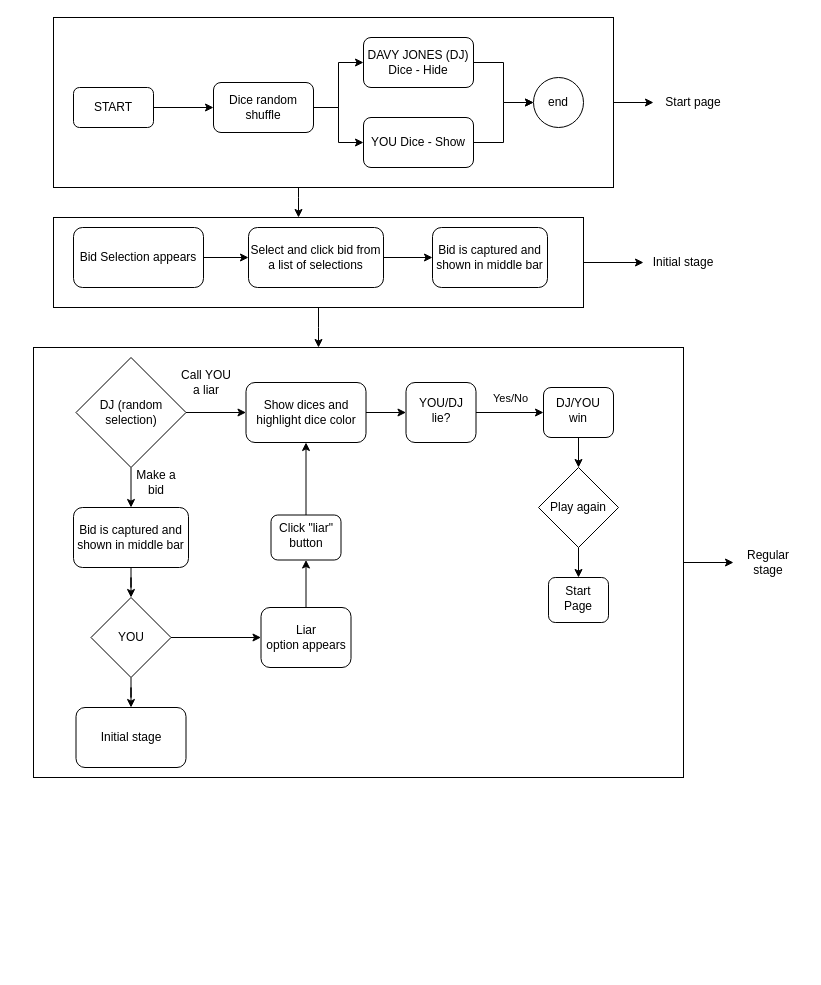
hhshan21/Liar-s-Dice keeps this draw.io diagram as Flowchart.drawio. Above is the earlier version. Source tidied: cells renumbered, new cells numbered last; positions are measured from the earlier drawing's top-left corner, leaving out a move shared by most shapes. Both pictures are drawn from the tidied source at 100%, with x=0, y=0 at pixel (33, 17).
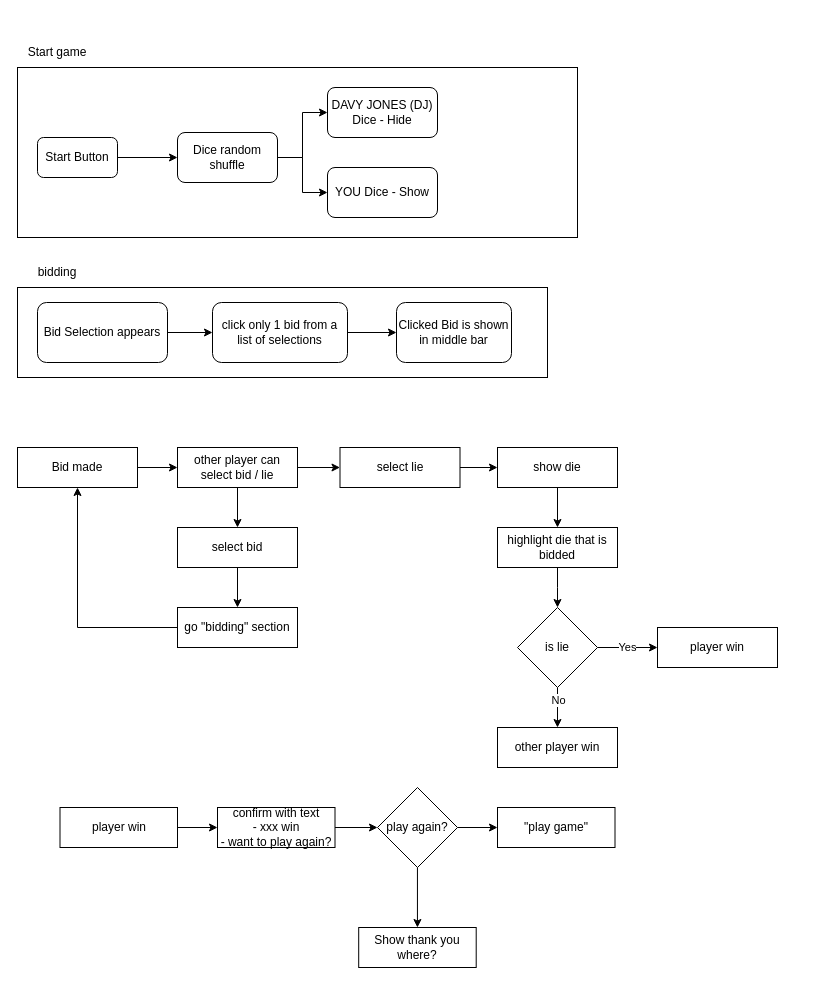
The same diagram, later.

Diff of the diagram source:
```diff
@@
-    <mxCell id="2" style="edgeStyle=orthogonalEdgeStyle;rounded=0;jettySize=auto;html=1;" parent="1" edge="1" source="3" target="41">
-      <mxGeometry relative="1" as="geometry" />
-    </mxCell>
-    <mxCell id="3" style="rounded=0;whiteSpace=wrap;html=1;fillColor=none;" parent="1" vertex="1">
-      <mxGeometry y="330" width="650" height="430" as="geometry" />
-    </mxCell>
-    <mxCell id="4" style="edgeStyle=orthogonalEdgeStyle;rounded=0;jettySize=auto;html=1;" parent="1" edge="1" source="5">
-      <mxGeometry relative="1" as="geometry">
-        <mxPoint x="285" y="330" as="targetPoint" />
-      </mxGeometry>
-    </mxCell>
+    <mxCell id="37" style="rounded=0;whiteSpace=wrap;html=1;fillColor=none;" parent="1" vertex="1">
+      <mxGeometry x="-16" y="50" width="560" height="170" as="geometry" />
+    </mxCell>
     <mxCell id="5" style="rounded=0;whiteSpace=wrap;html=1;fillColor=none;" parent="1" vertex="1">
-      <mxGeometry x="20" y="200" width="530" height="90" as="geometry" />
+      <mxGeometry x="-16" y="270" width="530" height="90" as="geometry" />
     </mxCell>
@@
-    <mxCell id="7" value="Select and click bid from a list of selections" style="rounded=1;whiteSpace=wrap;html=1;fontSize=12;glass=0;strokeWidth=1;shadow=0;" parent="1" vertex="1">
-      <mxGeometry x="215" y="210" width="135" height="60" as="geometry" />
+    <mxCell id="7" value="click only 1 bid from a list of selections" style="rounded=1;whiteSpace=wrap;html=1;fontSize=12;glass=0;strokeWidth=1;shadow=0;" parent="1" vertex="1">
+      <mxGeometry x="179" y="285" width="135" height="60" as="geometry" />
     </mxCell>
@@
-    <mxCell id="9" value="START" style="rounded=1;whiteSpace=wrap;html=1;fontSize=12;glass=0;strokeWidth=1;shadow=0;" parent="1" vertex="1">
-      <mxGeometry x="40" y="70" width="80" height="40" as="geometry" />
+    <mxCell id="9" value="Start Button" style="rounded=1;whiteSpace=wrap;html=1;fontSize=12;glass=0;strokeWidth=1;shadow=0;" parent="1" vertex="1">
+      <mxGeometry x="4" y="120" width="80" height="40" as="geometry" />
     </mxCell>
-    <mxCell id="10" style="edgeStyle=orthogonalEdgeStyle;rounded=0;jettySize=auto;html=1;" parent="1" edge="1" source="12" target="14">
-      <mxGeometry relative="1" as="geometry" />
-    </mxCell>
-    <mxCell id="11" value="Yes/No" style="edgeLabel;html=1;align=center;verticalAlign=middle;" parent="10" vertex="1">
-      <mxGeometry x="-0.03" y="2" relative="1" as="geometry">
-        <mxPoint x="1" y="-13" as="offset" />
-      </mxGeometry>
-    </mxCell>
-    <mxCell id="12" value="YOU/DJ lie?" style="rounded=1;whiteSpace=wrap;html=1;shadow=0;strokeWidth=1;spacing=6;spacingTop=-4;" parent="1" vertex="1">
-      <mxGeometry x="372.5" y="365" width="70" height="60" as="geometry" />
-    </mxCell>
-    <mxCell id="13" style="edgeStyle=orthogonalEdgeStyle;rounded=0;jettySize=auto;html=1;" parent="1" edge="1" source="14" target="46">
-      <mxGeometry relative="1" as="geometry" />
-    </mxCell>
-    <mxCell id="14" value="DJ/YOU win" style="rounded=1;whiteSpace=wrap;html=1;shadow=0;strokeWidth=1;spacing=6;spacingTop=-4;" parent="1" vertex="1">
-      <mxGeometry x="510" y="370" width="70" height="50" as="geometry" />
-    </mxCell>
-    <mxCell id="15" value="Call YOU a liar" style="text;html=1;strokeColor=none;fillColor=none;align=center;verticalAlign=middle;whiteSpace=wrap;rounded=0;" parent="1" vertex="1">
-      <mxGeometry x="142.5" y="350" width="60" height="30" as="geometry" />
-    </mxCell>
-    <mxCell id="16" style="edgeStyle=orthogonalEdgeStyle;rounded=0;jettySize=auto;html=1;" parent="1" edge="1" source="17" target="12">
-      <mxGeometry relative="1" as="geometry" />
-    </mxCell>
-    <mxCell id="17" value="Show dices and highlight dice color" style="rounded=1;whiteSpace=wrap;html=1;" parent="1" vertex="1">
-      <mxGeometry x="212.5" y="365" width="120" height="60" as="geometry" />
-    </mxCell>
@@
     <mxCell id="20" value="Dice random shuffle" style="rounded=1;whiteSpace=wrap;html=1;" parent="1" vertex="1">
-      <mxGeometry x="180" y="65" width="100" height="50" as="geometry" />
+      <mxGeometry x="144" y="115" width="100" height="50" as="geometry" />
     </mxCell>
-    <mxCell id="21" style="edgeStyle=orthogonalEdgeStyle;rounded=0;jettySize=auto;html=1;" parent="1" edge="1" source="22" target="25">
-      <mxGeometry relative="1" as="geometry" />
-    </mxCell>
     <mxCell id="22" value="&lt;span style=&quot;&quot;&gt;DAVY JONES (DJ) Dice - Hide&lt;/span&gt;" style="rounded=1;whiteSpace=wrap;html=1;" parent="1" vertex="1">
-      <mxGeometry x="330" y="20" width="110" height="50" as="geometry" />
+      <mxGeometry x="294" y="70" width="110" height="50" as="geometry" />
     </mxCell>
-    <mxCell id="23" style="edgeStyle=orthogonalEdgeStyle;rounded=0;jettySize=auto;html=1;" parent="1" edge="1" source="24" target="25">
-      <mxGeometry relative="1" as="geometry" />
-    </mxCell>
     <mxCell id="24" value="&lt;span style=&quot;&quot;&gt;YOU Dice - Show&lt;/span&gt;" style="rounded=1;whiteSpace=wrap;html=1;" parent="1" vertex="1">
-      <mxGeometry x="330" y="100" width="110" height="50" as="geometry" />
+      <mxGeometry x="294" y="150" width="110" height="50" as="geometry" />
     </mxCell>
-    <mxCell id="25" value="end" style="ellipse;whiteSpace=wrap;html=1;" parent="1" vertex="1">
-      <mxGeometry x="500" y="60" width="50" height="50" as="geometry" />
-    </mxCell>
@@
     <mxCell id="27" value="Bid Selection appears" style="rounded=1;whiteSpace=wrap;html=1;" parent="1" vertex="1">
-      <mxGeometry x="40" y="210" width="130" height="60" as="geometry" />
+      <mxGeometry x="4" y="285" width="130" height="60" as="geometry" />
     </mxCell>
-    <mxCell id="28" value="Bid is captured and shown in middle bar" style="rounded=1;whiteSpace=wrap;html=1;" parent="1" vertex="1">
-      <mxGeometry x="399" y="210" width="115" height="60" as="geometry" />
+    <mxCell id="28" value="Clicked Bid is shown in middle bar" style="rounded=1;whiteSpace=wrap;html=1;" parent="1" vertex="1">
+      <mxGeometry x="363" y="285" width="115" height="60" as="geometry" />
     </mxCell>
-    <mxCell id="29" value="Make a bid" style="text;html=1;strokeColor=none;fillColor=none;align=center;verticalAlign=middle;whiteSpace=wrap;rounded=0;" parent="1" vertex="1">
-      <mxGeometry x="92.5" y="450" width="60" height="30" as="geometry" />
-    </mxCell>
-    <mxCell id="30" style="edgeStyle=orthogonalEdgeStyle;rounded=0;jettySize=auto;html=1;" parent="1" edge="1" source="31" target="50">
-      <mxGeometry relative="1" as="geometry" />
-    </mxCell>
-    <mxCell id="31" value="Bid is captured and shown in middle bar" style="rounded=1;whiteSpace=wrap;html=1;" parent="1" vertex="1">
-      <mxGeometry x="40" y="490" width="115" height="60" as="geometry" />
-    </mxCell>
-    <mxCell id="32" style="edgeStyle=orthogonalEdgeStyle;rounded=0;jettySize=auto;html=1;" parent="1" edge="1" source="33" target="52">
-      <mxGeometry relative="1" as="geometry" />
-    </mxCell>
-    <mxCell id="33" value="Liar&lt;br&gt;option appears" style="rounded=1;whiteSpace=wrap;html=1;" parent="1" vertex="1">
-      <mxGeometry x="227.5" y="590" width="90" height="60" as="geometry" />
-    </mxCell>
-    <mxCell id="34" value="Initial stage" style="rounded=1;whiteSpace=wrap;html=1;" parent="1" vertex="1">
-      <mxGeometry x="42.5" y="690" width="110" height="60" as="geometry" />
-    </mxCell>
-    <mxCell id="35" style="edgeStyle=orthogonalEdgeStyle;rounded=0;jettySize=auto;html=1;" parent="1" edge="1" source="37" target="38">
-      <mxGeometry relative="1" as="geometry" />
-    </mxCell>
-    <mxCell id="36" style="edgeStyle=orthogonalEdgeStyle;rounded=0;jettySize=auto;html=1;" parent="1" edge="1" source="37" target="5">
-      <mxGeometry relative="1" as="geometry">
-        <Array as="points">
-          <mxPoint x="265" y="180" />
-          <mxPoint x="265" y="180" />
-        </Array>
-      </mxGeometry>
-    </mxCell>
-    <mxCell id="37" style="rounded=0;whiteSpace=wrap;html=1;fillColor=none;" parent="1" vertex="1">
-      <mxGeometry x="20" width="560" height="170" as="geometry" />
-    </mxCell>
-    <mxCell id="38" value="Start page" style="text;html=1;strokeColor=none;fillColor=none;align=center;verticalAlign=middle;whiteSpace=wrap;rounded=0;" parent="1" vertex="1">
-      <mxGeometry x="620" y="70" width="80" height="30" as="geometry" />
+    <mxCell id="38" value="Start game" style="text;html=1;strokeColor=none;fillColor=none;align=center;verticalAlign=middle;whiteSpace=wrap;rounded=0;" parent="1" vertex="1">
+      <mxGeometry x="-16" y="20" width="80" height="30" as="geometry" />
     </mxCell>
-    <mxCell id="39" style="edgeStyle=orthogonalEdgeStyle;rounded=0;jettySize=auto;html=1;" parent="1" edge="1" source="5" target="40">
-      <mxGeometry relative="1" as="geometry" />
-    </mxCell>
-    <mxCell id="40" value="Initial stage" style="text;html=1;strokeColor=none;fillColor=none;align=center;verticalAlign=middle;whiteSpace=wrap;rounded=0;" parent="1" vertex="1">
-      <mxGeometry x="610" y="230" width="80" height="30" as="geometry" />
+    <mxCell id="40" value="bidding" style="text;html=1;strokeColor=none;fillColor=none;align=center;verticalAlign=middle;whiteSpace=wrap;rounded=0;" parent="1" vertex="1">
+      <mxGeometry x="-16" y="240" width="80" height="30" as="geometry" />
     </mxCell>
-    <mxCell id="41" value="Regular stage" style="text;html=1;strokeColor=none;fillColor=none;align=center;verticalAlign=middle;whiteSpace=wrap;rounded=0;" parent="1" vertex="1">
-      <mxGeometry x="700" y="530" width="70" height="30" as="geometry" />
-    </mxCell>
-    <mxCell id="42" style="edgeStyle=orthogonalEdgeStyle;rounded=0;jettySize=auto;html=1;" parent="1" edge="1" source="44" target="31">
-      <mxGeometry relative="1" as="geometry" />
-    </mxCell>
-    <mxCell id="43" style="edgeStyle=orthogonalEdgeStyle;rounded=0;jettySize=auto;html=1;" parent="1" edge="1" source="44" target="17">
-      <mxGeometry relative="1" as="geometry" />
-    </mxCell>
-    <mxCell id="44" value="DJ (random selection)" style="rhombus;whiteSpace=wrap;html=1;fillColor=default;" parent="1" vertex="1">
-      <mxGeometry x="42.5" y="340" width="110" height="110" as="geometry" />
-    </mxCell>
-    <mxCell id="45" style="edgeStyle=orthogonalEdgeStyle;rounded=0;jettySize=auto;html=1;" parent="1" edge="1" source="46" target="47">
-      <mxGeometry relative="1" as="geometry" />
-    </mxCell>
-    <mxCell id="46" value="Play again" style="rhombus;whiteSpace=wrap;html=1;fillColor=default;" parent="1" vertex="1">
-      <mxGeometry x="505" y="450" width="80" height="80" as="geometry" />
-    </mxCell>
-    <mxCell id="47" value="Start Page" style="rounded=1;whiteSpace=wrap;html=1;shadow=0;strokeWidth=1;spacing=6;spacingTop=-4;" parent="1" vertex="1">
-      <mxGeometry x="515" y="560" width="60" height="45" as="geometry" />
-    </mxCell>
-    <mxCell id="48" style="edgeStyle=orthogonalEdgeStyle;rounded=0;jettySize=auto;html=1;" parent="1" edge="1" source="50" target="34">
-      <mxGeometry relative="1" as="geometry" />
-    </mxCell>
-    <mxCell id="49" style="edgeStyle=orthogonalEdgeStyle;rounded=0;jettySize=auto;html=1;" parent="1" edge="1" source="50" target="33">
-      <mxGeometry relative="1" as="geometry" />
-    </mxCell>
-    <mxCell id="50" value="YOU" style="rhombus;whiteSpace=wrap;html=1;fillColor=default;" parent="1" vertex="1">
-      <mxGeometry x="57.5" y="580" width="80" height="80" as="geometry" />
-    </mxCell>
-    <mxCell id="51" style="edgeStyle=orthogonalEdgeStyle;rounded=0;jettySize=auto;html=1;" parent="1" edge="1" source="52" target="17">
-      <mxGeometry relative="1" as="geometry" />
-    </mxCell>
-    <mxCell id="52" value="Click &quot;liar&quot; button" style="rounded=1;whiteSpace=wrap;html=1;shadow=0;strokeWidth=1;spacing=6;spacingTop=-4;" parent="1" vertex="1">
-      <mxGeometry x="237.5" y="497.5" width="70" height="45" as="geometry" />
-    </mxCell>
+    <mxCell id="53" style="edgeStyle=orthogonalEdgeStyle;rounded=0;jettySize=auto;html=1;entryX=0;entryY=0.5;entryDx=0;entryDy=0;" parent="1" edge="1" source="54" target="57">
+      <mxGeometry relative="1" as="geometry" />
+    </mxCell>
+    <mxCell id="54" value="Bid made" style="rounded=0;whiteSpace=wrap;html=1;fillColor=none;" parent="1" vertex="1">
+      <mxGeometry x="-16" y="430" width="120" height="40" as="geometry" />
+    </mxCell>
+    <mxCell id="55" style="edgeStyle=orthogonalEdgeStyle;rounded=0;jettySize=auto;html=1;entryX=0.5;entryY=0;entryDx=0;entryDy=0;" parent="1" edge="1" source="57" target="61">
+      <mxGeometry relative="1" as="geometry" />
+    </mxCell>
+    <mxCell id="56" style="edgeStyle=orthogonalEdgeStyle;rounded=0;jettySize=auto;html=1;entryX=0;entryY=0.5;entryDx=0;entryDy=0;" parent="1" edge="1" source="57" target="59">
+      <mxGeometry relative="1" as="geometry" />
+    </mxCell>
+    <mxCell id="57" value="other player can select bid / lie" style="rounded=0;whiteSpace=wrap;html=1;fillColor=none;" parent="1" vertex="1">
+      <mxGeometry x="144" y="430" width="120" height="40" as="geometry" />
+    </mxCell>
+    <mxCell id="58" style="edgeStyle=orthogonalEdgeStyle;rounded=0;jettySize=auto;html=1;entryX=0;entryY=0.5;entryDx=0;entryDy=0;" parent="1" edge="1" source="59" target="65">
+      <mxGeometry relative="1" as="geometry" />
+    </mxCell>
+    <mxCell id="59" value="select lie" style="rounded=0;whiteSpace=wrap;html=1;fillColor=none;" parent="1" vertex="1">
+      <mxGeometry x="306.5" y="430" width="120" height="40" as="geometry" />
+    </mxCell>
+    <mxCell id="60" style="edgeStyle=orthogonalEdgeStyle;rounded=0;jettySize=auto;html=1;entryX=0.5;entryY=0;entryDx=0;entryDy=0;" parent="1" edge="1" source="61" target="63">
+      <mxGeometry relative="1" as="geometry" />
+    </mxCell>
+    <mxCell id="61" value="select bid" style="rounded=0;whiteSpace=wrap;html=1;fillColor=none;" parent="1" vertex="1">
+      <mxGeometry x="144" y="510" width="120" height="40" as="geometry" />
+    </mxCell>
+    <mxCell id="62" style="edgeStyle=orthogonalEdgeStyle;rounded=0;jettySize=auto;html=1;entryX=0.5;entryY=1;entryDx=0;entryDy=0;" parent="1" edge="1" source="63" target="54">
+      <mxGeometry relative="1" as="geometry" />
+    </mxCell>
+    <mxCell id="63" value="go &quot;bidding&quot; section" style="rounded=0;whiteSpace=wrap;html=1;fillColor=none;" parent="1" vertex="1">
+      <mxGeometry x="144" y="590" width="120" height="40" as="geometry" />
+    </mxCell>
+    <mxCell id="64" style="edgeStyle=orthogonalEdgeStyle;rounded=0;jettySize=auto;html=1;entryX=0.5;entryY=0;entryDx=0;entryDy=0;" parent="1" edge="1" source="65" target="67">
+      <mxGeometry relative="1" as="geometry" />
+    </mxCell>
+    <mxCell id="65" value="show die" style="rounded=0;whiteSpace=wrap;html=1;fillColor=none;" parent="1" vertex="1">
+      <mxGeometry x="464" y="430" width="120" height="40" as="geometry" />
+    </mxCell>
+    <mxCell id="66" style="edgeStyle=orthogonalEdgeStyle;rounded=0;jettySize=auto;html=1;entryX=0.5;entryY=0;entryDx=0;entryDy=0;" parent="1" edge="1" source="67">
+      <mxGeometry relative="1" as="geometry">
+        <mxPoint x="524" y="590" as="targetPoint" />
+      </mxGeometry>
+    </mxCell>
+    <mxCell id="67" value="highlight die that is bidded" style="rounded=0;whiteSpace=wrap;html=1;fillColor=none;" parent="1" vertex="1">
+      <mxGeometry x="464" y="510" width="120" height="40" as="geometry" />
+    </mxCell>
+    <mxCell id="68" value="Yes" style="edgeStyle=orthogonalEdgeStyle;rounded=0;jettySize=auto;html=1;entryX=0;entryY=0.5;entryDx=0;entryDy=0;" parent="1" edge="1" source="71" target="72">
+      <mxGeometry relative="1" as="geometry" />
+    </mxCell>
+    <mxCell id="69" style="edgeStyle=orthogonalEdgeStyle;rounded=0;jettySize=auto;html=1;entryX=0.5;entryY=0;entryDx=0;entryDy=0;" parent="1" edge="1" source="71" target="73">
+      <mxGeometry relative="1" as="geometry" />
+    </mxCell>
+    <mxCell id="70" value="No" style="edgeLabel;html=1;align=center;verticalAlign=middle;" parent="69" vertex="1">
+      <mxGeometry x="-0.41" relative="1" as="geometry" />
+    </mxCell>
+    <mxCell id="71" value="is lie" style="rhombus;whiteSpace=wrap;html=1;fillColor=default;" parent="1" vertex="1">
+      <mxGeometry x="484" y="590" width="80" height="80" as="geometry" />
+    </mxCell>
+    <mxCell id="72" value="player win" style="rounded=0;whiteSpace=wrap;html=1;fillColor=none;" parent="1" vertex="1">
+      <mxGeometry x="624" y="610" width="120" height="40" as="geometry" />
+    </mxCell>
+    <mxCell id="73" value="other player win" style="rounded=0;whiteSpace=wrap;html=1;fillColor=none;" parent="1" vertex="1">
+      <mxGeometry x="464" y="710" width="120" height="40" as="geometry" />
+    </mxCell>
+    <mxCell id="74" style="edgeStyle=orthogonalEdgeStyle;rounded=0;jettySize=auto;html=1;entryX=0;entryY=0.5;entryDx=0;entryDy=0;" parent="1" edge="1" source="75" target="77">
+      <mxGeometry relative="1" as="geometry" />
+    </mxCell>
+    <mxCell id="75" value="player win" style="rounded=0;whiteSpace=wrap;html=1;fillColor=none;" parent="1" vertex="1">
+      <mxGeometry x="26.5" y="790" width="117.5" height="40" as="geometry" />
+    </mxCell>
+    <mxCell id="76" style="edgeStyle=orthogonalEdgeStyle;rounded=0;jettySize=auto;html=1;" parent="1" edge="1" source="77" target="80">
+      <mxGeometry relative="1" as="geometry" />
+    </mxCell>
+    <mxCell id="77" value="confirm with text&lt;br&gt;- xxx win&lt;br&gt;- want to play again?" style="rounded=0;whiteSpace=wrap;html=1;fillColor=none;" parent="1" vertex="1">
+      <mxGeometry x="184" y="790" width="117.5" height="40" as="geometry" />
+    </mxCell>
+    <mxCell id="78" style="edgeStyle=orthogonalEdgeStyle;rounded=0;jettySize=auto;html=1;entryX=0;entryY=0.5;entryDx=0;entryDy=0;" parent="1" edge="1" source="80" target="81">
+      <mxGeometry relative="1" as="geometry" />
+    </mxCell>
+    <mxCell id="79" style="edgeStyle=orthogonalEdgeStyle;rounded=0;jettySize=auto;html=1;entryX=0.5;entryY=0;entryDx=0;entryDy=0;" parent="1" edge="1" source="80" target="82">
+      <mxGeometry relative="1" as="geometry" />
+    </mxCell>
+    <mxCell id="80" value="play again?" style="rhombus;whiteSpace=wrap;html=1;fillColor=default;" parent="1" vertex="1">
+      <mxGeometry x="344" y="770" width="80" height="80" as="geometry" />
+    </mxCell>
+    <mxCell id="81" value="&quot;play game&quot;" style="rounded=0;whiteSpace=wrap;html=1;fillColor=none;" parent="1" vertex="1">
+      <mxGeometry x="464" y="790" width="117.5" height="40" as="geometry" />
+    </mxCell>
+    <mxCell id="82" value="Show thank you where?" style="rounded=0;whiteSpace=wrap;html=1;fillColor=none;" parent="1" vertex="1">
+      <mxGeometry x="325.2" y="910" width="117.5" height="40" as="geometry" />
+    </mxCell>
```
